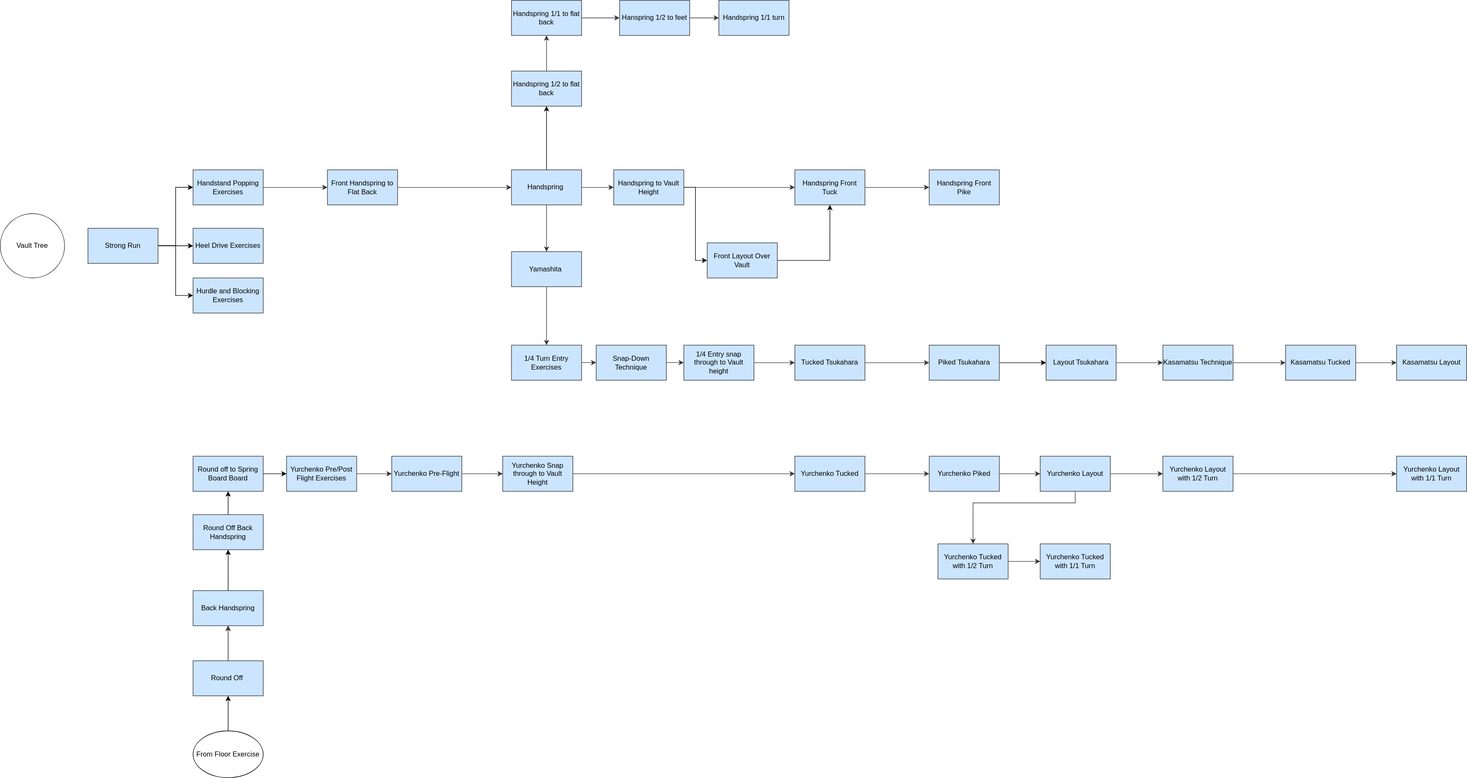
Before: skilltree_web/templates/prod_templates/src/skilltree-VT Tree.svg, a diagram exported from draw.io (MoreTacos/skilltree). Source tidied: cells renumbered, new cells last; positions are measured from the earlier drawing's top-left corner, leaving out a move shared by most shapes.
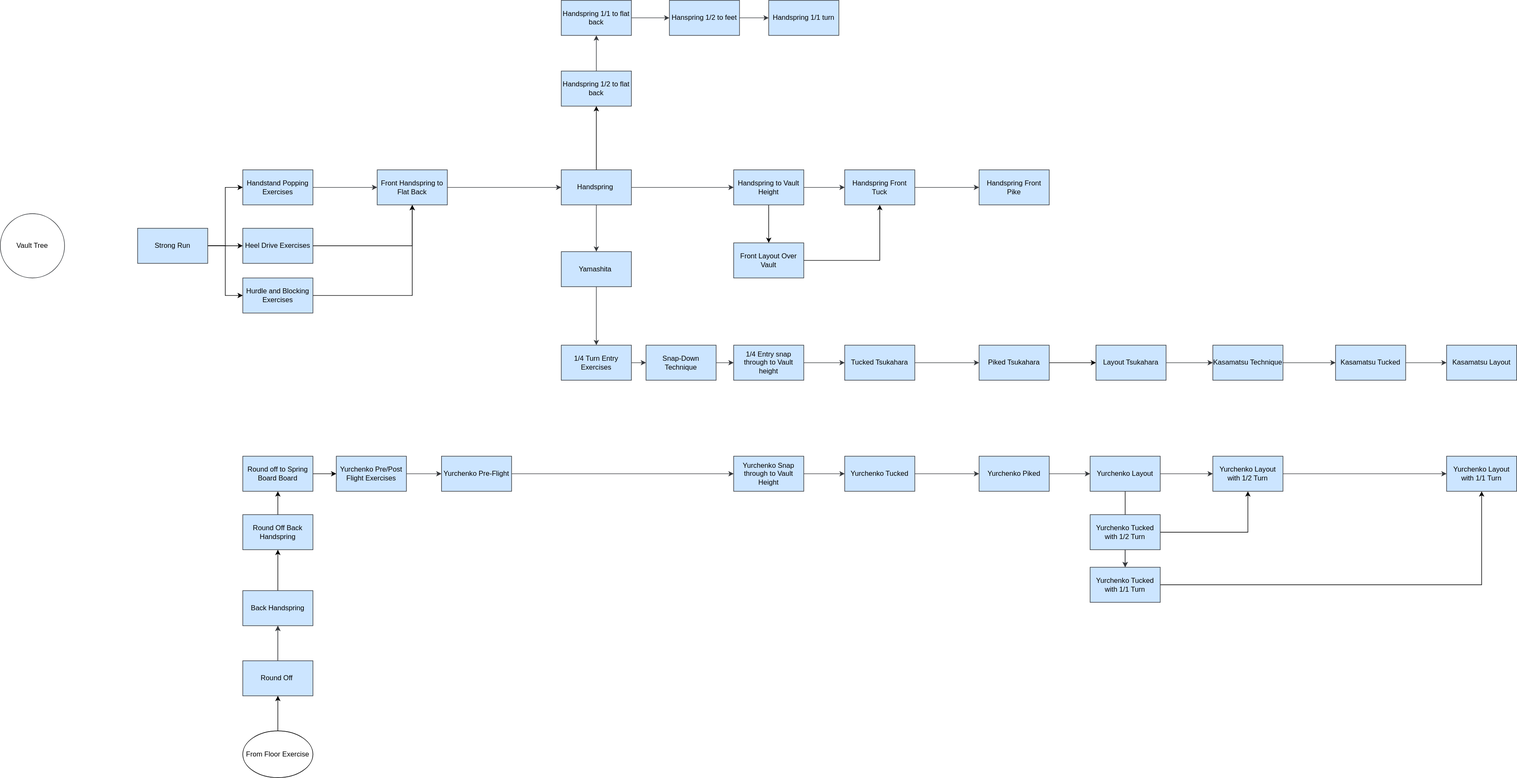
Later version of the same file.

The edit, as a diff of the source:
```diff
@@ -20,6 +20,11 @@
     <mxCell id="7" value="Handstand Popping Exercises" style="whiteSpace=wrap;html=1;fillColor=#cce5ff;strokeColor=#36393d;" parent="1" vertex="1">
       <mxGeometry x="330" y="290" width="120" height="60" as="geometry" />
     </mxCell>
+    <mxCell id="81" style="edgeStyle=orthogonalEdgeStyle;rounded=0;jettySize=auto;html=1;" parent="1" edge="1" source="8">
+      <mxGeometry relative="1" as="geometry">
+        <mxPoint x="620" y="350" as="targetPoint" />
+      </mxGeometry>
+    </mxCell>
     <mxCell id="8" value="Hurdle and Blocking Exercises" style="whiteSpace=wrap;html=1;fillColor=#cce5ff;strokeColor=#36393d;" parent="1" vertex="1">
       <mxGeometry x="330" y="475" width="120" height="60" as="geometry" />
     </mxCell>
@@ -33,7 +38,7 @@
       <mxGeometry relative="1" as="geometry" />
     </mxCell>
     <mxCell id="12" value="Front Layout Over Vault" style="whiteSpace=wrap;html=1;fillColor=#cce5ff;strokeColor=#36393d;" parent="1" vertex="1">
-      <mxGeometry x="1210" y="415" width="120" height="60" as="geometry" />
+      <mxGeometry x="1170" y="415" width="120" height="60" as="geometry" />
     </mxCell>
     <mxCell id="13" style="edgeStyle=orthogonalEdgeStyle;rounded=0;jettySize=auto;html=1;" parent="1" edge="1" source="14" target="54">
       <mxGeometry relative="1" as="geometry" />
@@ -83,11 +88,11 @@
     <mxCell id="28" style="edgeStyle=orthogonalEdgeStyle;rounded=0;jettySize=auto;html=1;fillColor=#cce5ff;strokeColor=#36393d;" parent="1" edge="1" source="30" target="32">
       <mxGeometry relative="1" as="geometry" />
     </mxCell>
-    <mxCell id="29" style="edgeStyle=orthogonalEdgeStyle;rounded=0;jettySize=auto;html=1;entryX=0;entryY=0.5;entryDx=0;entryDy=0;" parent="1" edge="1" source="30" target="12">
+    <mxCell id="29" style="edgeStyle=orthogonalEdgeStyle;rounded=0;jettySize=auto;html=1;" parent="1" edge="1" source="30" target="12">
       <mxGeometry relative="1" as="geometry" />
     </mxCell>
     <mxCell id="30" value="Handspring to Vault Height" style="whiteSpace=wrap;html=1;fillColor=#cce5ff;strokeColor=#36393d;" parent="1" vertex="1">
-      <mxGeometry x="1050" y="290" width="120" height="60" as="geometry" />
+      <mxGeometry x="1170" y="290" width="120" height="60" as="geometry" />
     </mxCell>
     <mxCell id="31" style="edgeStyle=orthogonalEdgeStyle;rounded=0;jettySize=auto;html=1;fillColor=#cce5ff;strokeColor=#36393d;" parent="1" edge="1" source="32" target="33">
       <mxGeometry relative="1" as="geometry" />
@@ -171,7 +176,7 @@
       <mxGeometry relative="1" as="geometry" />
     </mxCell>
     <mxCell id="58" value="Yurchenko Snap through to Vault Height" style="whiteSpace=wrap;html=1;fillColor=#cce5ff;strokeColor=#36393d;" parent="1" vertex="1">
-      <mxGeometry x="860" y="780" width="120" height="60" as="geometry" />
+      <mxGeometry x="1170" y="780" width="120" height="60" as="geometry" />
     </mxCell>
     <mxCell id="59" style="edgeStyle=orthogonalEdgeStyle;rounded=0;jettySize=auto;html=1;fillColor=#cce5ff;strokeColor=#36393d;" parent="1" edge="1" source="60" target="62">
       <mxGeometry relative="1" as="geometry" />
@@ -188,25 +193,26 @@
     <mxCell id="63" style="edgeStyle=orthogonalEdgeStyle;rounded=0;jettySize=auto;html=1;entryX=0;entryY=0.5;entryDx=0;entryDy=0;fillColor=#cce5ff;strokeColor=#36393d;" parent="1" edge="1" source="65" target="70">
       <mxGeometry relative="1" as="geometry" />
     </mxCell>
-    <mxCell id="64" style="edgeStyle=orthogonalEdgeStyle;rounded=0;jettySize=auto;html=1;fillColor=#cce5ff;strokeColor=#36393d;" parent="1" edge="1" source="65" target="67">
-      <mxGeometry relative="1" as="geometry">
-        <Array as="points">
-          <mxPoint x="1840" y="860" />
-          <mxPoint x="1665" y="860" />
-        </Array>
-      </mxGeometry>
-    </mxCell>
+    <mxCell id="82" style="edgeStyle=orthogonalEdgeStyle;rounded=0;jettySize=auto;html=1;" parent="1" edge="1" source="65" target="68">
+      <mxGeometry relative="1" as="geometry" />
+    </mxCell>
     <mxCell id="65" value="Yurchenko Layout" style="whiteSpace=wrap;html=1;fillColor=#cce5ff;strokeColor=#36393d;" parent="1" vertex="1">
       <mxGeometry x="1780" y="780" width="120" height="60" as="geometry" />
     </mxCell>
     <mxCell id="66" style="edgeStyle=orthogonalEdgeStyle;rounded=0;jettySize=auto;html=1;fillColor=#cce5ff;strokeColor=#36393d;" parent="1" edge="1" source="67" target="68">
       <mxGeometry relative="1" as="geometry" />
     </mxCell>
+    <mxCell id="83" style="edgeStyle=orthogonalEdgeStyle;rounded=0;jettySize=auto;html=1;entryX=0.5;entryY=1;entryDx=0;entryDy=0;" parent="1" edge="1" source="67" target="70">
+      <mxGeometry relative="1" as="geometry" />
+    </mxCell>
     <mxCell id="67" value="Yurchenko Tucked with 1/2 Turn" style="whiteSpace=wrap;html=1;fillColor=#cce5ff;strokeColor=#36393d;" parent="1" vertex="1">
-      <mxGeometry x="1605" y="930" width="120" height="60" as="geometry" />
+      <mxGeometry x="1780" y="880" width="120" height="60" as="geometry" />
     </mxCell>
+    <mxCell id="84" style="edgeStyle=orthogonalEdgeStyle;rounded=0;jettySize=auto;html=1;entryX=0.5;entryY=1;entryDx=0;entryDy=0;" parent="1" edge="1" source="68" target="71">
+      <mxGeometry relative="1" as="geometry" />
+    </mxCell>
     <mxCell id="68" value="Yurchenko Tucked with 1/1 Turn" style="whiteSpace=wrap;html=1;fillColor=#cce5ff;strokeColor=#36393d;" parent="1" vertex="1">
-      <mxGeometry x="1780" y="930" width="120" height="60" as="geometry" />
+      <mxGeometry x="1780" y="970" width="120" height="60" as="geometry" />
     </mxCell>
     <mxCell id="69" style="edgeStyle=orthogonalEdgeStyle;rounded=0;jettySize=auto;html=1;fillColor=#cce5ff;strokeColor=#36393d;" parent="1" edge="1" source="70" target="71">
       <mxGeometry relative="1" as="geometry" />
@@ -224,8 +230,11 @@
       <mxGeometry x="330" y="880" width="120" height="60" as="geometry" />
     </mxCell>
     <mxCell id="74" value="Vault Tree" style="ellipse;whiteSpace=wrap;html=1;strokeColor=#36393d;" parent="1" vertex="1">
-      <mxGeometry y="365" width="110" height="110" as="geometry" />
+      <mxGeometry x="-85" y="365" width="110" height="110" as="geometry" />
     </mxCell>
+    <mxCell id="85" style="edgeStyle=orthogonalEdgeStyle;rounded=0;jettySize=auto;html=1;" parent="1" edge="1" source="75" target="10">
+      <mxGeometry relative="1" as="geometry" />
+    </mxCell>
     <mxCell id="75" value="Heel Drive Exercises" style="whiteSpace=wrap;html=1;fillColor=#cce5ff;strokeColor=#36393d;" parent="1" vertex="1">
       <mxGeometry x="330" y="390" width="120" height="60" as="geometry" />
     </mxCell>
```
